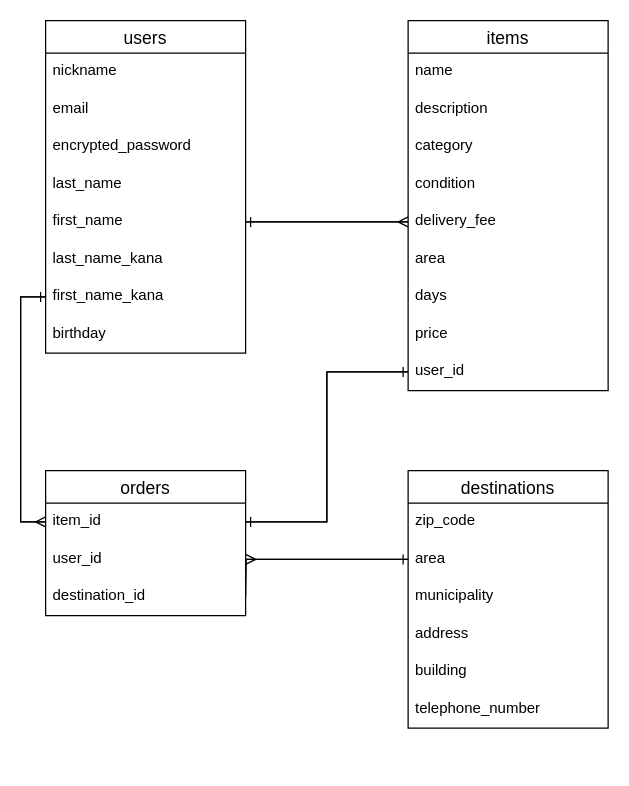
kubomi-3/furima-33105 keeps this draw.io diagram as ER1.dio. Above is the earlier version. Source tidied: cells renumbered, new cells numbered last; positions are measured from the earlier drawing's top-left corner, leaving out a move shared by most shapes. Both pictures are drawn from the tidied source at 125%, with x=0, y=0 at pixel (45, 20).
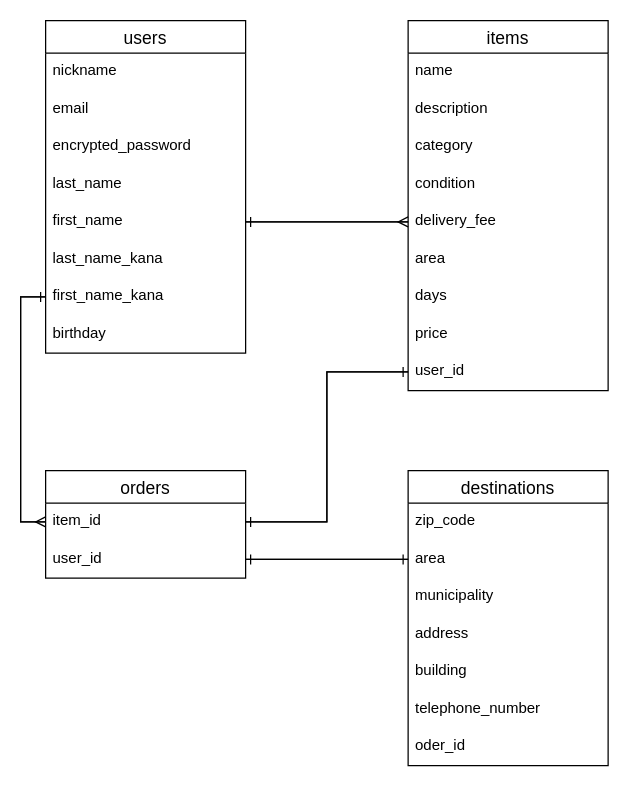
Above is the later version.

The change refers to these unchanged cells:
```xml
<mxCell id="23" value="user_id" style="text;strokeColor=none;fillColor=none;spacingLeft=4;spacingRight=4;overflow=hidden;points=[[0,0.5],[1,0.5]];portConstraint=eastwest;fontSize=12;" parent="21" vertex="1">
  <mxGeometry y="56" width="160" height="30" as="geometry" />
</mxCell>
<mxCell id="29" value="area" style="text;strokeColor=none;fillColor=none;spacingLeft=4;spacingRight=4;overflow=hidden;points=[[0,0.5],[1,0.5]];portConstraint=eastwest;fontSize=12;" parent="27" vertex="1">
  <mxGeometry y="56" width="160" height="30" as="geometry" />
</mxCell>
```

The edit, as a diff of the source:
```diff
@@
     <mxCell id="21" value="orders" style="swimlane;fontStyle=0;horizontal=1;startSize=26;align=center;fontSize=14;" parent="1" vertex="1">
-      <mxGeometry y="360" width="160" height="116" as="geometry" />
+      <mxGeometry y="360" width="160" height="86" as="geometry" />
     </mxCell>
@@
-    <mxCell id="24" value="destination_id" style="text;strokeColor=none;fillColor=none;spacingLeft=4;spacingRight=4;overflow=hidden;fontSize=12;" parent="21" vertex="1">
-      <mxGeometry y="86" width="160" height="30" as="geometry" />
-    </mxCell>
@@
     <mxCell id="27" value="destinations" style="swimlane;fontStyle=0;horizontal=1;startSize=26;align=center;fontSize=14;" parent="1" vertex="1">
-      <mxGeometry x="290" y="360" width="160" height="206" as="geometry" />
+      <mxGeometry x="290" y="360" width="160" height="236" as="geometry" />
     </mxCell>
@@
+    <mxCell id="40" value="oder_id" style="text;strokeColor=none;fillColor=none;spacingLeft=4;spacingRight=4;overflow=hidden;fontSize=12;" parent="27" vertex="1">
+      <mxGeometry y="206" width="160" height="30" as="geometry" />
+    </mxCell>
@@
-    <mxCell id="36" style="edgeStyle=orthogonalEdgeStyle;rounded=0;jettySize=auto;html=1;exitX=1;exitY=0.5;exitDx=0;exitDy=0;entryX=0;entryY=0.5;entryDx=0;entryDy=0;endArrow=ERone;endFill=0;strokeWidth=1;" parent="1" edge="1" target="29">
-      <mxGeometry relative="1" as="geometry">
-        <mxPoint x="160" y="461" as="sourcePoint" />
-      </mxGeometry>
-    </mxCell>
-    <mxCell id="37" style="edgeStyle=orthogonalEdgeStyle;rounded=0;jettySize=auto;html=1;exitX=0;exitY=0.5;exitDx=0;exitDy=0;endArrow=ERmany;endFill=0;strokeWidth=1;" parent="1" edge="1" source="29">
-      <mxGeometry relative="1" as="geometry">
-        <mxPoint x="160" y="431" as="targetPoint" />
-      </mxGeometry>
-    </mxCell>
@@
+    <mxCell id="41" style="edgeStyle=orthogonalEdgeStyle;rounded=0;jettySize=auto;html=1;exitX=0;exitY=0.5;exitDx=0;exitDy=0;endArrow=ERone;endFill=0;" parent="1" edge="1" source="29">
+      <mxGeometry relative="1" as="geometry">
+        <mxPoint x="160" y="431" as="targetPoint" />
+      </mxGeometry>
+    </mxCell>
+    <mxCell id="42" style="edgeStyle=orthogonalEdgeStyle;rounded=0;jettySize=auto;html=1;exitX=1;exitY=0.5;exitDx=0;exitDy=0;entryX=0;entryY=0.5;entryDx=0;entryDy=0;endArrow=ERone;endFill=0;" parent="1" edge="1" source="23" target="29">
+      <mxGeometry relative="1" as="geometry" />
+    </mxCell>
```
